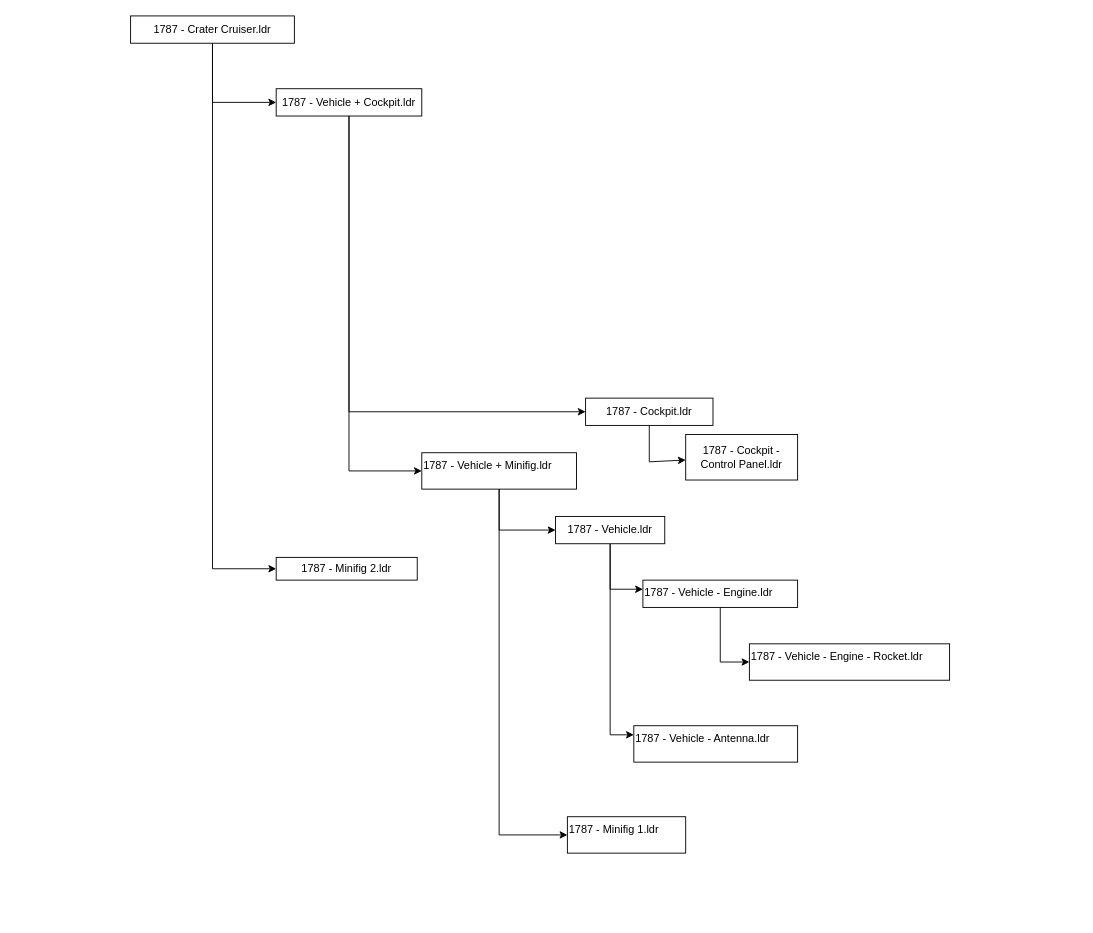
Above: page "페이지-1" (1 of 2) of ldraw-model.drawio in cytrix228/ldraw_importer_unity (draw.io), before the change. Source tidied: cells renumbered, new cells numbered last; positions are measured from the earlier drawing's top-left corner, leaving out a move shared by most shapes. Both pictures are drawn from the tidied source at 91%, with x=0, y=0 at pixel (130, 15).
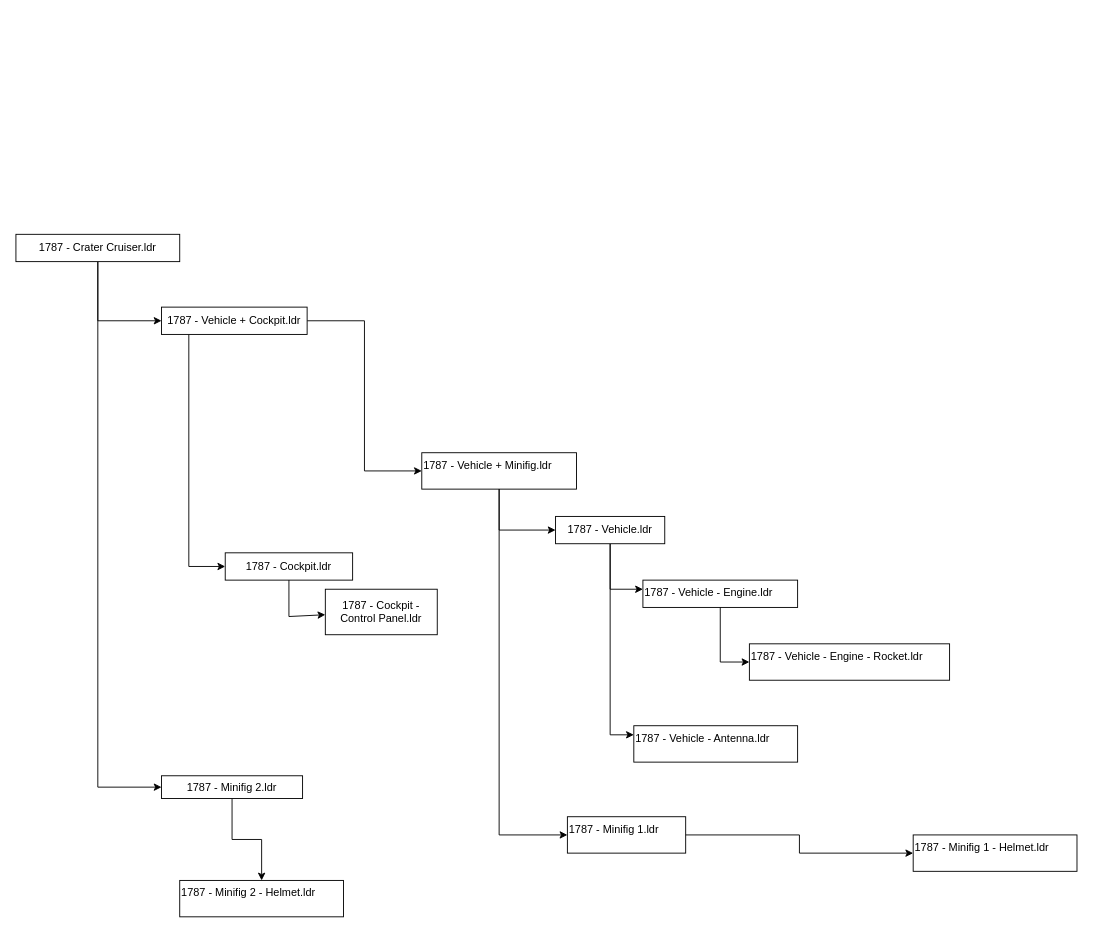
Above is the later version.

Unchanged cells that the change refers to:
```xml
<mxCell id="22" value="1787 - Minifig 1.ldr" style="text;whiteSpace=wrap;strokeColor=default;" parent="1" vertex="1">
  <mxGeometry x="480" y="880" width="130" height="40" as="geometry" />
</mxCell>
```

Change to the diagram source:
```diff
@@
     <mxCell id="4" value="1787 - Crater Cruiser.ldr" style="rounded=0;whiteSpace=wrap;html=1;" parent="1" vertex="1">
-      <mxGeometry width="180" height="30" as="geometry" />
+      <mxGeometry x="-126" y="240" width="180" height="30" as="geometry" />
     </mxCell>
@@
     <mxCell id="6" style="edgeStyle=orthogonalEdgeStyle;rounded=0;jettySize=auto;html=1;entryX=0;entryY=0.5;entryDx=0;entryDy=0;" parent="1" edge="1" source="7" target="9">
       <mxGeometry relative="1" as="geometry">
         <Array as="points">
-          <mxPoint x="240" y="435" />
+          <mxPoint x="64" y="605" />
         </Array>
       </mxGeometry>
     </mxCell>
     <mxCell id="7" value="1787 - Vehicle + Cockpit.ldr" style="rounded=0;whiteSpace=wrap;html=1;" parent="1" vertex="1">
-      <mxGeometry x="160" y="80" width="160" height="30" as="geometry" />
+      <mxGeometry x="34" y="320" width="160" height="30" as="geometry" />
     </mxCell>
+    <mxCell id="23" style="edgeStyle=orthogonalEdgeStyle;rounded=0;jettySize=auto;html=1;" parent="1" edge="1" source="8" target="26">
+      <mxGeometry relative="1" as="geometry" />
+    </mxCell>
     <mxCell id="8" value="1787 - Minifig 2.ldr" style="rounded=0;whiteSpace=wrap;html=1;" parent="1" vertex="1">
-      <mxGeometry x="160" y="595" width="155" height="25" as="geometry" />
+      <mxGeometry x="34" y="835" width="155" height="25" as="geometry" />
     </mxCell>
     <mxCell id="9" value="1787 - Cockpit.ldr" style="rounded=0;whiteSpace=wrap;html=1;" parent="1" vertex="1">
-      <mxGeometry x="500" y="420" width="140" height="30" as="geometry" />
+      <mxGeometry x="104" y="590" width="140" height="30" as="geometry" />
     </mxCell>
     <mxCell id="10" value="1787 - Cockpit - Control Panel.ldr" style="rounded=0;whiteSpace=wrap;html=1;" parent="1" vertex="1">
-      <mxGeometry x="610" y="460" width="123" height="50" as="geometry" />
+      <mxGeometry x="214" y="630" width="123" height="50" as="geometry" />
     </mxCell>
     <mxCell id="11" style="endArrow=classic;html=1;rounded=0;" parent="1" edge="1" source="9" target="10">
       <mxGeometry relative="1" as="geometry">
         <Array as="points">
-          <mxPoint x="570" y="490" />
+          <mxPoint x="174" y="660" />
         </Array>
       </mxGeometry>
     </mxCell>
@@
+    <mxCell id="24" style="edgeStyle=orthogonalEdgeStyle;rounded=0;jettySize=auto;html=1;exitX=1;exitY=0.5;exitDx=0;exitDy=0;entryX=0;entryY=0.5;entryDx=0;entryDy=0;" parent="1" edge="1" source="22" target="25">
+      <mxGeometry relative="1" as="geometry" />
+    </mxCell>
@@
+    <mxCell id="25" value="1787 - Minifig 1 - Helmet.ldr" style="text;whiteSpace=wrap;strokeColor=default;" parent="1" vertex="1">
+      <mxGeometry x="860" y="900" width="180" height="40" as="geometry" />
+    </mxCell>
+    <mxCell id="26" value="1787 - Minifig 2 - Helmet.ldr" style="text;whiteSpace=wrap;strokeColor=default;" parent="1" vertex="1">
+      <mxGeometry x="54" y="950" width="180" height="40" as="geometry" />
+    </mxCell>
```
